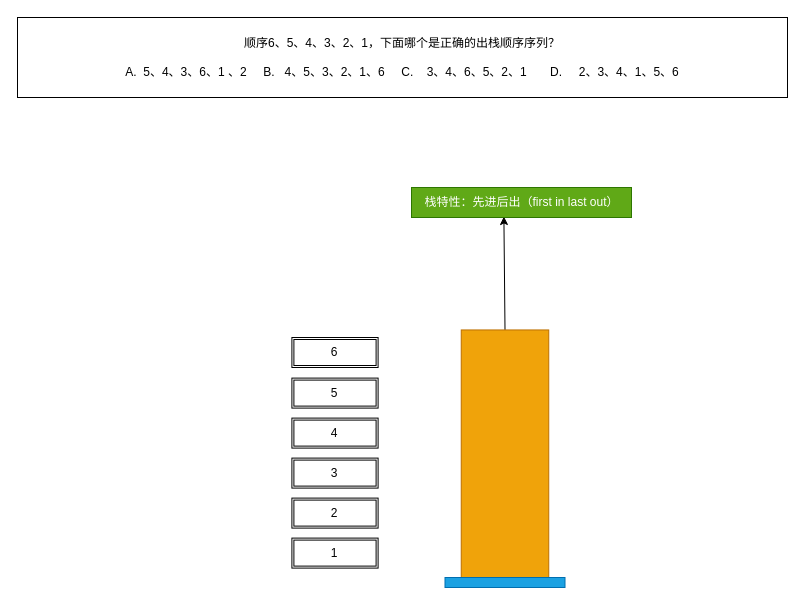
The draw.io diagram 03_data_structure/01_stack/stack.drawio in GoldWood2000/TypeScript, before the edit. Source tidied: cells renumbered, new cells numbered last; positions are measured from the earlier drawing's top-left corner, leaving out a move shared by most shapes. Both pictures are drawn from the tidied source at 100%, with x=0, y=0 at pixel (17, 17).
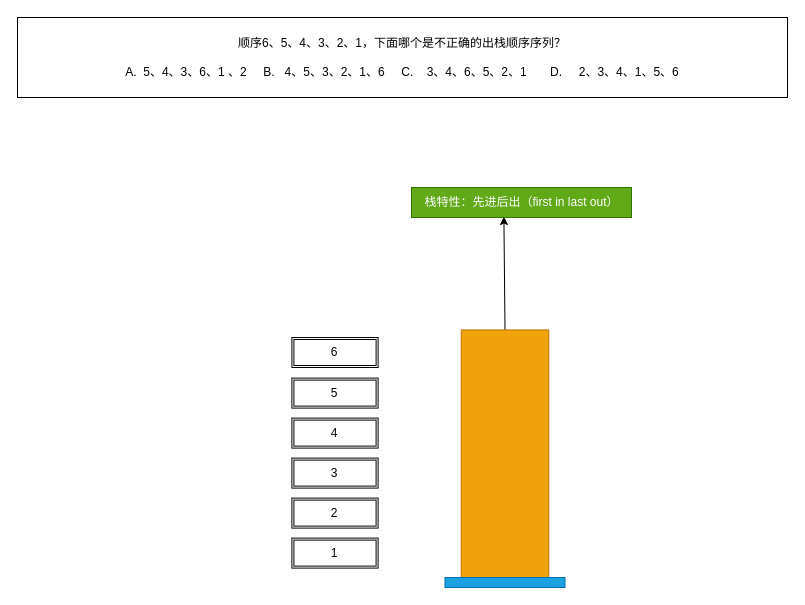
The same diagram, later.

Change to the diagram source:
```diff
@@
 <mxGraphModel>
   <root>
     <mxCell id="0" />
     <mxCell id="1" parent="0" />
-    <mxCell id="2" value="顺序6、5、4、3、2、1，下面哪个是正确的出栈顺序序列？&lt;br&gt;&lt;br&gt;&lt;div style=&quot;&quot;&gt;&lt;span style=&quot;background-color: initial;&quot;&gt;A.&amp;nbsp; 5、4、3、6、1 、2&amp;nbsp; &amp;nbsp; &amp;nbsp;B.&amp;nbsp; &amp;nbsp;4、5、3、2、1、6&amp;nbsp; &amp;nbsp; &amp;nbsp;C.&amp;nbsp; &amp;nbsp; 3、4、6、5、2、1&amp;nbsp; &amp;nbsp; &amp;nbsp; &amp;nbsp;D.&amp;nbsp; &amp;nbsp; &amp;nbsp;2、3、4、1、5、6&lt;/span&gt;&lt;/div&gt;" style="rounded=0;whiteSpace=wrap;html=1;" parent="1" vertex="1">
+    <mxCell id="2" value="顺序6、5、4、3、2、1，下面哪个是不正确的出栈顺序序列？&lt;br&gt;&lt;br&gt;&lt;div style=&quot;&quot;&gt;&lt;span style=&quot;background-color: initial;&quot;&gt;A.&amp;nbsp; 5、4、3、6、1 、2&amp;nbsp; &amp;nbsp; &amp;nbsp;B.&amp;nbsp; &amp;nbsp;4、5、3、2、1、6&amp;nbsp; &amp;nbsp; &amp;nbsp;C.&amp;nbsp; &amp;nbsp; 3、4、6、5、2、1&amp;nbsp; &amp;nbsp; &amp;nbsp; &amp;nbsp;D.&amp;nbsp; &amp;nbsp; &amp;nbsp;2、3、4、1、5、6&lt;/span&gt;&lt;/div&gt;" style="rounded=0;whiteSpace=wrap;html=1;" parent="1" vertex="1">
       <mxGeometry width="770" height="80" as="geometry" />
     </mxCell>
     <mxCell id="3" style="edgeStyle=none;html=1;exitX=0;exitY=0.5;exitDx=0;exitDy=0;entryX=0.42;entryY=0.967;entryDx=0;entryDy=0;entryPerimeter=0;" parent="1" edge="1" source="4" target="6">
       <mxGeometry relative="1" as="geometry" />
     </mxCell>
     <mxCell id="4" style="rounded=0;whiteSpace=wrap;html=1;rotation=90;fillColor=#f0a30a;fontColor=#000000;strokeColor=#BD7000;" parent="1" vertex="1">
       <mxGeometry x="360.6" y="395.6" width="253.8" height="87.5" as="geometry" />
     </mxCell>
     <mxCell id="5" style="rounded=0;whiteSpace=wrap;html=1;fillColor=#1ba1e2;strokeColor=#006EAF;fontColor=#ffffff;" parent="1" vertex="1">
       <mxGeometry x="427.5" y="560" width="120" height="10" as="geometry" />
     </mxCell>
     <mxCell id="6" value="栈特性：先进后出（first in last out）" style="text;html=1;align=center;verticalAlign=middle;points=[];strokeColor=#2D7600;fillColor=#60a917;fontColor=#ffffff;" parent="1" vertex="1">
       <mxGeometry x="394" y="170" width="220" height="30" as="geometry" />
     </mxCell>
     <mxCell id="7" value="6" style="shape=ext;double=1;rounded=0;whiteSpace=wrap;html=1;" parent="1" vertex="1">
       <mxGeometry x="274.4" y="320" width="86.2" height="30" as="geometry" />
     </mxCell>
     <mxCell id="8" value="5" style="shape=ext;double=1;rounded=0;whiteSpace=wrap;html=1;" parent="1" vertex="1">
       <mxGeometry x="274.4" y="360.6" width="86.2" height="30" as="geometry" />
     </mxCell>
     <mxCell id="9" value="4" style="shape=ext;double=1;rounded=0;whiteSpace=wrap;html=1;" parent="1" vertex="1">
       <mxGeometry x="274.4" y="400.6" width="86.2" height="30" as="geometry" />
     </mxCell>
     <mxCell id="10" value="3" style="shape=ext;double=1;rounded=0;whiteSpace=wrap;html=1;" parent="1" vertex="1">
       <mxGeometry x="274.4" y="440.6" width="86.2" height="30" as="geometry" />
     </mxCell>
     <mxCell id="11" value="2" style="shape=ext;double=1;rounded=0;whiteSpace=wrap;html=1;" parent="1" vertex="1">
       <mxGeometry x="274.4" y="480.6" width="86.2" height="30" as="geometry" />
     </mxCell>
     <mxCell id="12" value="1" style="shape=ext;double=1;rounded=0;whiteSpace=wrap;html=1;" parent="1" vertex="1">
       <mxGeometry x="274.4" y="520.6" width="86.2" height="30" as="geometry" />
     </mxCell>
   </root>
 </mxGraphModel>
```
